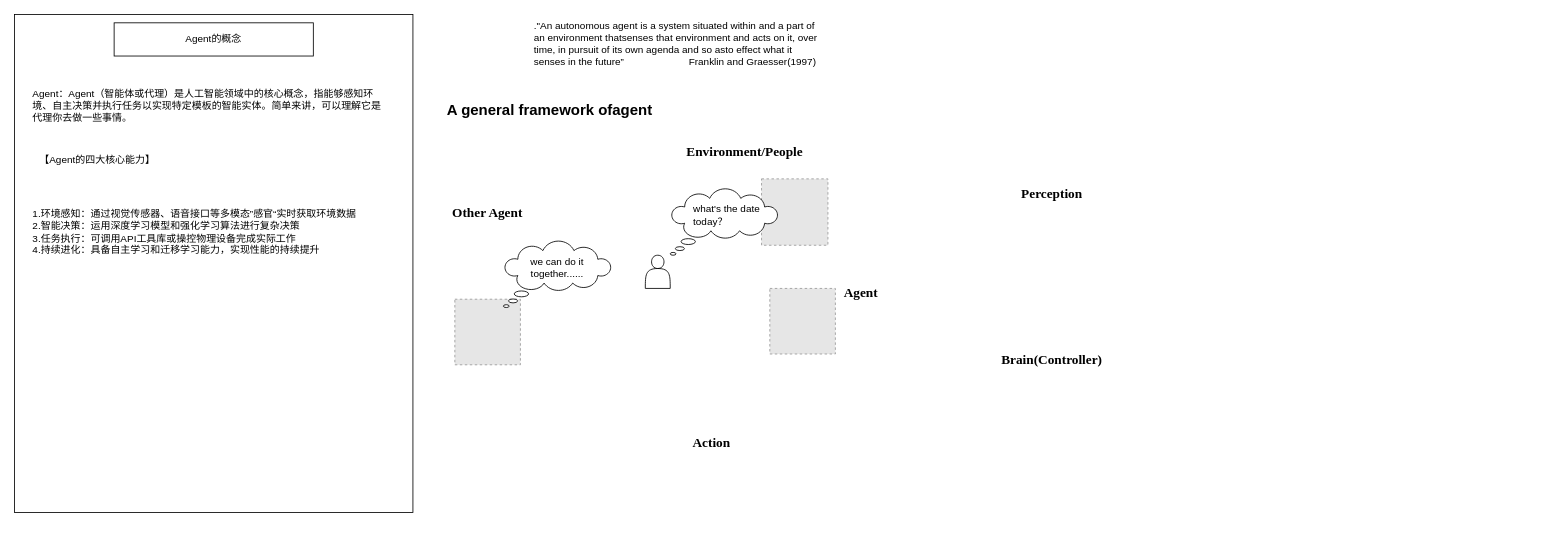
Before: AI Agent 架构图.drawio in yoonai/MyTestFolder, a draw.io diagram. Source tidied: cells renumbered, new cells numbered last; positions are measured from the earlier drawing's top-left corner, leaving out a move shared by most shapes. Both pictures are drawn from the tidied source at 83%, with x=0, y=0 at pixel (14, 14). Pictures stored in the file or linked from it are replaced by grey dashed boxes.
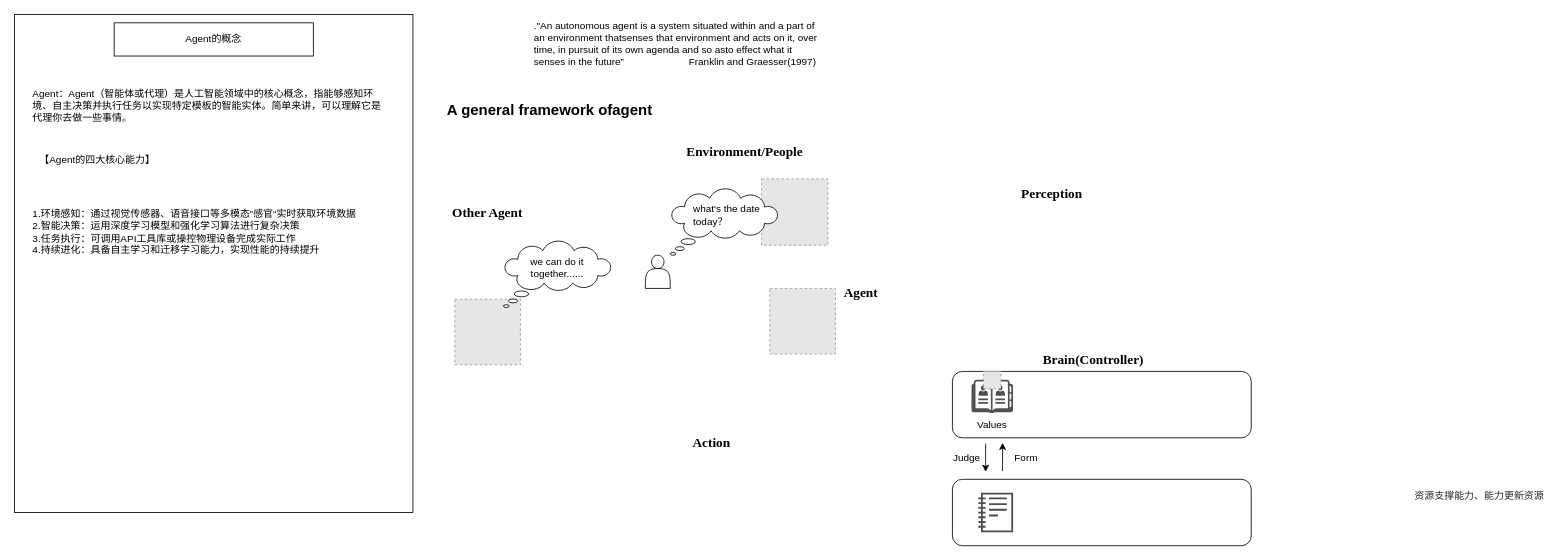
The same page after the edit.

Commit message (it also covers changes not shown here):
更新AI Agent 架构图.drawio

Diff of the diagram source:
```diff
@@
+    <mxCell id="21" style="rounded=1;whiteSpace=wrap;html=1;" parent="1" vertex="1">
+      <mxGeometry x="1130" y="430" width="360" height="80" as="geometry" />
+    </mxCell>
@@
     <mxCell id="18" value="&lt;div&gt;&lt;span style=&quot;background-color: transparent; color: light-dark(rgb(0, 0, 0), rgb(255, 255, 255));&quot;&gt;Brain(Controller)&lt;/span&gt;&lt;/div&gt;" style="text;html=1;whiteSpace=wrap;strokeColor=none;fillColor=none;align=center;verticalAlign=middle;rounded=0;fontStyle=1;fontFamily=Times New Roman;fontSize=16;" parent="1" vertex="1">
-      <mxGeometry x="1190" y="400" width="120" height="30" as="geometry" />
+      <mxGeometry x="1240" y="400" width="120" height="30" as="geometry" />
     </mxCell>
@@
+    <mxCell id="22" style="sketch=0;shadow=0;dashed=0;html=1;strokeColor=none;fillColor=#505050;labelPosition=center;verticalLabelPosition=bottom;verticalAlign=top;align=center;shape=mxgraph.office.concepts.address_book;" parent="1" vertex="1">
+      <mxGeometry x="1153" y="440" width="50" height="40" as="geometry" />
+    </mxCell>
+    <mxCell id="23" value="Values" style="text;html=1;whiteSpace=wrap;strokeColor=none;fillColor=none;align=center;verticalAlign=middle;rounded=0;" parent="1" vertex="1">
+      <mxGeometry x="1148" y="480" width="60" height="30" as="geometry" />
+    </mxCell>
+    <mxCell id="24" style="rounded=1;whiteSpace=wrap;html=1;" parent="1" vertex="1">
+      <mxGeometry x="1130" y="560" width="360" height="80" as="geometry" />
+    </mxCell>
+    <mxCell id="25" value="&lt;span style=&quot;color: rgba(0, 0, 0, 0.85); font-family: Inter, -apple-system, BlinkMacSystemFont, &amp;quot;Segoe UI&amp;quot;, &amp;quot;PingFang SC&amp;quot;, &amp;quot;Hiragino Sans GB&amp;quot;, &amp;quot;Microsoft YaHei&amp;quot;, &amp;quot;Helvetica Neue&amp;quot;, Helvetica, Arial, sans-serif; text-align: start; background-color: rgb(255, 255, 255);&quot;&gt;&lt;font&gt;资源支撑能力、能力更新资源&lt;/font&gt;&lt;/span&gt;" style="text;html=1;whiteSpace=wrap;strokeColor=none;fillColor=none;align=center;verticalAlign=middle;rounded=0;" parent="1" vertex="1">
+      <mxGeometry x="1680" y="565" width="170" height="30" as="geometry" />
+    </mxCell>
+    <mxCell id="26" style="sketch=0;fontColor=#232F3E;gradientColor=none;fillColor=#4D4D4D;strokeColor=none;dashed=1;verticalLabelPosition=bottom;verticalAlign=top;align=center;html=1;fontSize=12;fontStyle=0;shape=mxgraph.aws4.notebook;" parent="1" vertex="1">
+      <mxGeometry x="1161.2" y="576" width="41.9" height="48" as="geometry" />
+    </mxCell>
+    <mxCell id="27" style="fillColor=#E6E6E6;strokeColor=#999999;dashed=1;html=1;verticalAlign=top;verticalLabelPosition=bottom;labelBackgroundColor=#ffffff;" parent="1" vertex="1">
+      <mxGeometry x="1167.5" y="430" width="21" height="21" as="geometry" />
+    </mxCell>
+    <mxCell id="28" style="edgeStyle=orthogonalEdgeStyle;rounded=0;orthogonalLoop=1;jettySize=auto;html=1;sourcePerimeterSpacing=6;targetPerimeterSpacing=6;" parent="1" edge="1">
+      <mxGeometry relative="1" as="geometry">
+        <mxPoint x="1190.4" y="550" as="sourcePoint" />
+        <mxPoint x="1190.4" y="516" as="targetPoint" />
+        <Array as="points">
+          <mxPoint x="1190.4" y="540" />
+          <mxPoint x="1190.4" y="540" />
+        </Array>
+      </mxGeometry>
+    </mxCell>
+    <mxCell id="29" value="Judge" style="text;html=1;whiteSpace=wrap;strokeColor=none;fillColor=none;align=center;verticalAlign=middle;rounded=0;" parent="1" vertex="1">
+      <mxGeometry x="1126.5" y="525" width="41" height="20" as="geometry" />
+    </mxCell>
+    <mxCell id="30" value="Form" style="text;html=1;whiteSpace=wrap;strokeColor=none;fillColor=none;align=center;verticalAlign=middle;rounded=0;" parent="1" vertex="1">
+      <mxGeometry x="1196.5" y="525" width="43.5" height="20" as="geometry" />
+    </mxCell>
+    <mxCell id="31" style="edgeStyle=orthogonalEdgeStyle;rounded=0;orthogonalLoop=1;jettySize=auto;html=1;sourcePerimeterSpacing=6;targetPerimeterSpacing=6;" parent="1" edge="1">
+      <mxGeometry relative="1" as="geometry">
+        <mxPoint x="1170" y="517" as="sourcePoint" />
+        <mxPoint x="1170" y="551" as="targetPoint" />
+        <Array as="points">
+          <mxPoint x="1170" y="541" />
+          <mxPoint x="1170" y="541" />
+        </Array>
+      </mxGeometry>
+    </mxCell>
```
